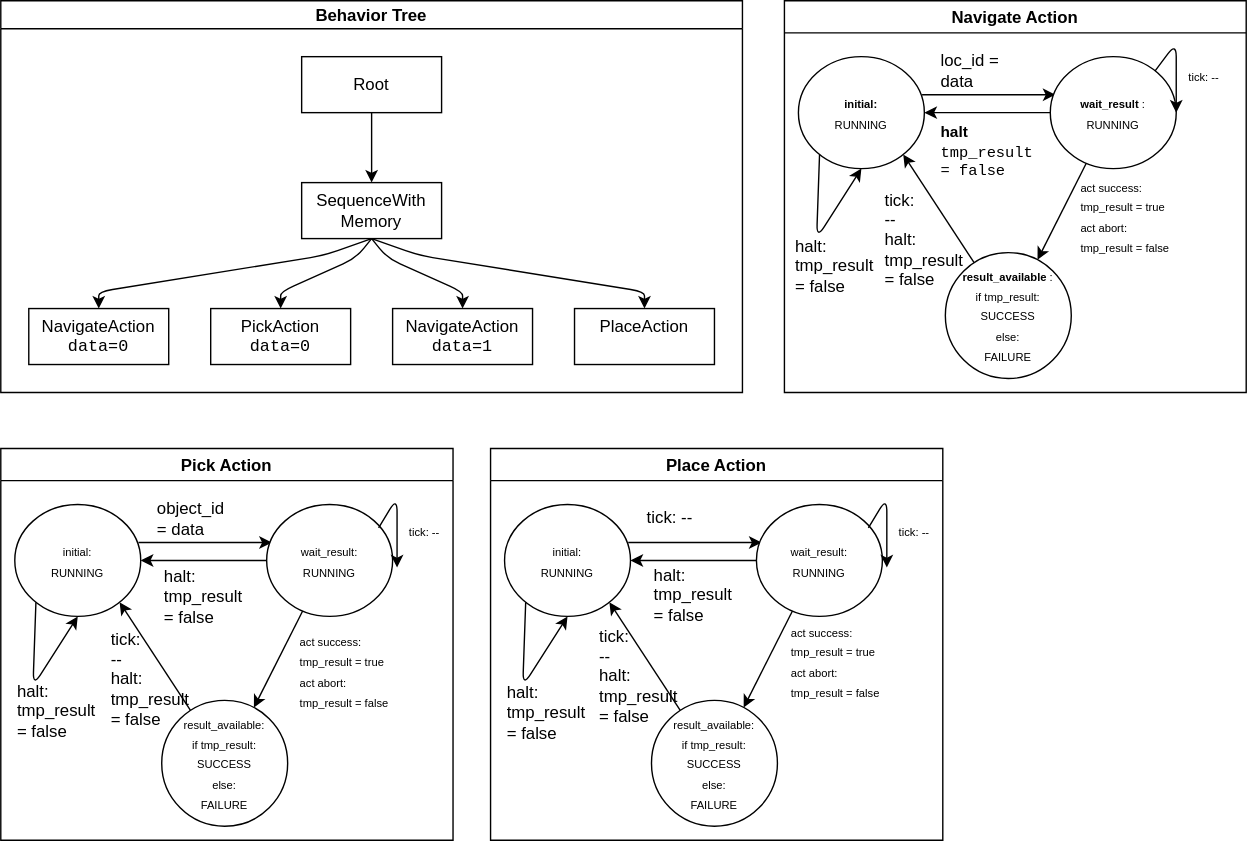
convince-project/AS2FM keeps this draw.io diagram as docs/source/graphics/scxml_tutorial_ros_fetch_and_carry_bt.drawio.svg. Above is the earlier version. Source tidied: cells renumbered, new cells last; positions are measured from the earlier drawing's top-left corner, leaving out a move shared by most shapes.
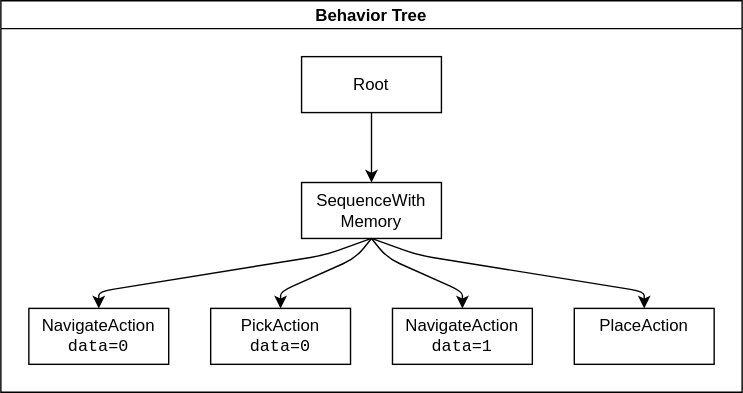
After the change.

Commit message:
rework tutorial

The edit, as a diff of the source:
```diff
@@ -63,182 +63,10 @@
     <mxCell id="13" value="PlaceAction&lt;div&gt;&lt;br/&gt;&lt;/div&gt;" style="whiteSpace=wrap;html=1;" parent="2" vertex="1">
       <mxGeometry x="410" y="220" width="100" height="40" as="geometry" />
     </mxCell>
-    <mxCell id="14" value="Navigate Action" style="swimlane;" parent="1" vertex="1">
-      <mxGeometry x="560" width="330" height="280" as="geometry" />
-    </mxCell>
-    <mxCell id="15" style="edgeStyle=none;html=1;entryX=0.041;entryY=0.34;entryDx=0;entryDy=0;entryPerimeter=0;exitX=0.982;exitY=0.34;exitDx=0;exitDy=0;exitPerimeter=0;" parent="14" edge="1" source="16" target="18">
-      <mxGeometry relative="1" as="geometry" />
-    </mxCell>
-    <mxCell id="16" value="&lt;font style=&quot;font-size: 8px;&quot;&gt;&lt;b&gt;initial:&lt;/b&gt;&lt;br&gt;RUNNING&lt;br&gt;&lt;/font&gt;" style="ellipse;whiteSpace=wrap;html=1;" parent="14" vertex="1">
-      <mxGeometry x="10" y="40" width="90" height="80" as="geometry" />
-    </mxCell>
-    <mxCell id="17" style="edgeStyle=none;html=1;" parent="14" edge="1" source="18" target="20">
-      <mxGeometry relative="1" as="geometry" />
-    </mxCell>
-    <mxCell id="18" value="&lt;font style=&quot;font-size: 8px;&quot;&gt;&lt;b&gt;wait_result&lt;/b&gt;:&lt;br&gt;RUNNING&lt;/font&gt;" style="ellipse;whiteSpace=wrap;html=1;" parent="14" vertex="1">
-      <mxGeometry x="190" y="40" width="90" height="80" as="geometry" />
-    </mxCell>
-    <mxCell id="19" style="edgeStyle=none;html=1;entryX=1;entryY=1;entryDx=0;entryDy=0;" parent="14" edge="1" source="20" target="16">
-      <mxGeometry relative="1" as="geometry" />
-    </mxCell>
-    <mxCell id="20" value="&lt;font style=&quot;font-size: 8px;&quot;&gt;&lt;b&gt;result_available&lt;/b&gt;:&lt;br&gt;if tmp_result:&lt;br&gt;SUCCESS&lt;br&gt;else:&lt;br&gt;FAILURE&lt;/font&gt;" style="ellipse;whiteSpace=wrap;html=1;" parent="14" vertex="1">
-      <mxGeometry x="115" y="180" width="90" height="90" as="geometry" />
-    </mxCell>
-    <mxCell id="21" value="loc_id = data" style="text;strokeColor=none;align=left;fillColor=none;html=1;verticalAlign=middle;whiteSpace=wrap;rounded=0;" parent="14" vertex="1">
-      <mxGeometry x="110" y="35" width="60" height="30" as="geometry" />
-    </mxCell>
-    <mxCell id="22" style="edgeStyle=none;html=1;exitX=0;exitY=0.5;exitDx=0;exitDy=0;" parent="14" edge="1" source="18" target="16">
-      <mxGeometry relative="1" as="geometry" />
-    </mxCell>
-    <mxCell id="23" style="edgeStyle=none;html=1;exitX=0;exitY=1;exitDx=0;exitDy=0;entryX=0.5;entryY=1;entryDx=0;entryDy=0;fontSize=8;" parent="14" edge="1" source="16" target="16">
-      <mxGeometry relative="1" as="geometry">
-        <Array as="points">
-          <mxPoint x="23" y="170" />
-        </Array>
-      </mxGeometry>
-    </mxCell>
-    <mxCell id="24" value="tick:&lt;br&gt;--&lt;br&gt;halt:&lt;br&gt;tmp_result = false" style="text;strokeColor=none;align=left;fillColor=none;html=1;verticalAlign=middle;whiteSpace=wrap;rounded=0;" parent="14" vertex="1">
-      <mxGeometry x="70" y="156" width="60" height="29" as="geometry" />
-    </mxCell>
-    <mxCell id="25" style="edgeStyle=none;html=1;exitX=1;exitY=0;exitDx=0;exitDy=0;fontSize=8;entryX=1;entryY=0.5;entryDx=0;entryDy=0;" parent="14" edge="1" source="18" target="18">
-      <mxGeometry relative="1" as="geometry">
-        <Array as="points">
-          <mxPoint x="280" y="30" />
-        </Array>
-      </mxGeometry>
-    </mxCell>
-    <mxCell id="26" value="tick: --" style="text;strokeColor=none;align=center;fillColor=none;html=1;verticalAlign=middle;whiteSpace=wrap;rounded=0;fontSize=8;" parent="14" vertex="1">
-      <mxGeometry x="280" y="40" width="40" height="30" as="geometry" />
-    </mxCell>
-    <mxCell id="27" value="halt:&lt;br&gt;tmp_result = false" style="text;strokeColor=none;align=left;fillColor=none;html=1;verticalAlign=middle;whiteSpace=wrap;rounded=0;" parent="14" vertex="1">
-      <mxGeometry x="6" y="175" width="60" height="29" as="geometry" />
-    </mxCell>
-    <mxCell id="28" value="&lt;b style=&quot;line-height: 100%;&quot;&gt;&lt;font style=&quot;font-size: 11px; line-height: 100%;&quot;&gt;halt&lt;/font&gt;&lt;/b&gt;&lt;div style=&quot;line-height: 100%;&quot;&gt;&lt;font style=&quot;font-size: 11px; line-height: 100%;&quot; face=&quot;Courier New&quot;&gt;tmp_result = false&lt;/font&gt;&lt;/div&gt;" style="text;strokeColor=none;align=left;fillColor=none;html=1;verticalAlign=middle;whiteSpace=wrap;rounded=0;" parent="14" vertex="1">
-      <mxGeometry x="110" y="84" width="76" height="46" as="geometry" />
-    </mxCell>
     <mxCell id="29" style="edgeStyle=none;html=1;" parent="1" edge="1" source="8">
       <mxGeometry relative="1" as="geometry">
         <mxPoint x="200" y="220" as="targetPoint" />
       </mxGeometry>
     </mxCell>
-    <mxCell id="30" value="&lt;font style=&quot;font-size: 8px;&quot;&gt;act success:&lt;br&gt;tmp_result = true&lt;br&gt;act abort:&lt;br&gt;tmp_result = false&lt;/font&gt;" style="text;strokeColor=none;align=left;fillColor=none;html=1;verticalAlign=middle;whiteSpace=wrap;rounded=0;" parent="1" vertex="1">
-      <mxGeometry x="770" y="139" width="74" height="29" as="geometry" />
-    </mxCell>
-    <mxCell id="31" value="Pick Action" style="swimlane;startSize=23;" parent="1" vertex="1">
-      <mxGeometry y="320" width="323.2" height="280" as="geometry" />
-    </mxCell>
-    <mxCell id="32" style="edgeStyle=none;html=1;entryX=0.041;entryY=0.34;entryDx=0;entryDy=0;entryPerimeter=0;exitX=0.982;exitY=0.34;exitDx=0;exitDy=0;exitPerimeter=0;" parent="31" edge="1" source="33" target="35">
-      <mxGeometry relative="1" as="geometry" />
-    </mxCell>
-    <mxCell id="33" value="&lt;font style=&quot;font-size: 8px;&quot;&gt;initial:&lt;br&gt;RUNNING&lt;br&gt;&lt;/font&gt;" style="ellipse;whiteSpace=wrap;html=1;" parent="31" vertex="1">
-      <mxGeometry x="10" y="40" width="90" height="80" as="geometry" />
-    </mxCell>
-    <mxCell id="34" style="edgeStyle=none;html=1;" parent="31" edge="1" source="35" target="37">
-      <mxGeometry relative="1" as="geometry" />
-    </mxCell>
-    <mxCell id="35" value="&lt;font style=&quot;font-size: 8px;&quot;&gt;wait_result:&lt;br&gt;RUNNING&lt;/font&gt;" style="ellipse;whiteSpace=wrap;html=1;" parent="31" vertex="1">
-      <mxGeometry x="190" y="40" width="90" height="80" as="geometry" />
-    </mxCell>
-    <mxCell id="36" style="edgeStyle=none;html=1;entryX=1;entryY=1;entryDx=0;entryDy=0;" parent="31" edge="1" source="37" target="33">
-      <mxGeometry relative="1" as="geometry" />
-    </mxCell>
-    <mxCell id="37" value="&lt;font style=&quot;font-size: 8px;&quot;&gt;result_available:&lt;br&gt;if tmp_result:&lt;br&gt;SUCCESS&lt;br&gt;else:&lt;br&gt;FAILURE&lt;/font&gt;" style="ellipse;whiteSpace=wrap;html=1;" parent="31" vertex="1">
-      <mxGeometry x="115" y="180" width="90" height="90" as="geometry" />
-    </mxCell>
-    <mxCell id="38" value="object_id = data" style="text;strokeColor=none;align=left;fillColor=none;html=1;verticalAlign=middle;whiteSpace=wrap;rounded=0;" parent="31" vertex="1">
-      <mxGeometry x="110" y="35" width="60" height="30" as="geometry" />
-    </mxCell>
-    <mxCell id="39" style="edgeStyle=none;html=1;exitX=0;exitY=0.5;exitDx=0;exitDy=0;" parent="31" edge="1" source="35" target="33">
-      <mxGeometry relative="1" as="geometry" />
-    </mxCell>
-    <mxCell id="40" style="edgeStyle=none;html=1;exitX=0;exitY=1;exitDx=0;exitDy=0;entryX=0.5;entryY=1;entryDx=0;entryDy=0;fontSize=8;" parent="31" edge="1" source="33" target="33">
-      <mxGeometry relative="1" as="geometry">
-        <Array as="points">
-          <mxPoint x="23" y="170" />
-        </Array>
-      </mxGeometry>
-    </mxCell>
-    <mxCell id="41" value="tick:&lt;br&gt;--&lt;br&gt;halt:&lt;br&gt;tmp_result = false" style="text;strokeColor=none;align=left;fillColor=none;html=1;verticalAlign=middle;whiteSpace=wrap;rounded=0;" parent="31" vertex="1">
-      <mxGeometry x="77" y="150" width="60" height="29" as="geometry" />
-    </mxCell>
-    <mxCell id="42" style="edgeStyle=none;html=1;exitX=1;exitY=0;exitDx=0;exitDy=0;fontSize=8;entryX=1;entryY=0.5;entryDx=0;entryDy=0;" parent="31" edge="1">
-      <mxGeometry relative="1" as="geometry">
-        <mxPoint x="270" y="56.7" as="sourcePoint" />
-        <mxPoint x="283.2" y="85" as="targetPoint" />
-        <Array as="points">
-          <mxPoint x="283.2" y="35" />
-        </Array>
-      </mxGeometry>
-    </mxCell>
-    <mxCell id="43" value="tick: --" style="text;strokeColor=none;align=center;fillColor=none;html=1;verticalAlign=middle;whiteSpace=wrap;rounded=0;fontSize=8;" parent="31" vertex="1">
-      <mxGeometry x="283.2" y="45" width="40" height="30" as="geometry" />
-    </mxCell>
-    <mxCell id="44" value="halt:&lt;br&gt;tmp_result = false" style="text;strokeColor=none;align=left;fillColor=none;html=1;verticalAlign=middle;whiteSpace=wrap;rounded=0;" parent="31" vertex="1">
-      <mxGeometry x="10" y="173" width="60" height="29" as="geometry" />
-    </mxCell>
-    <mxCell id="45" value="halt: tmp_result = false" style="text;strokeColor=none;align=left;fillColor=none;html=1;verticalAlign=middle;whiteSpace=wrap;rounded=0;" parent="31" vertex="1">
-      <mxGeometry x="115" y="91" width="60" height="30" as="geometry" />
-    </mxCell>
-    <mxCell id="46" value="&lt;font style=&quot;font-size: 8px;&quot;&gt;act success:&lt;br&gt;tmp_result = true&lt;br&gt;act abort:&lt;br&gt;tmp_result = false&lt;/font&gt;" style="text;strokeColor=none;align=left;fillColor=none;html=1;verticalAlign=middle;whiteSpace=wrap;rounded=0;" parent="31" vertex="1">
-      <mxGeometry x="212" y="144" width="74" height="29" as="geometry" />
-    </mxCell>
-    <mxCell id="47" value="Place Action" style="swimlane;startSize=23;" parent="1" vertex="1">
-      <mxGeometry x="350" y="320" width="323.2" height="280" as="geometry" />
-    </mxCell>
-    <mxCell id="48" style="edgeStyle=none;html=1;entryX=0.041;entryY=0.34;entryDx=0;entryDy=0;entryPerimeter=0;exitX=0.982;exitY=0.34;exitDx=0;exitDy=0;exitPerimeter=0;" parent="47" edge="1" source="49" target="51">
-      <mxGeometry relative="1" as="geometry" />
-    </mxCell>
-    <mxCell id="49" value="&lt;font style=&quot;font-size: 8px;&quot;&gt;initial:&lt;br&gt;RUNNING&lt;br&gt;&lt;/font&gt;" style="ellipse;whiteSpace=wrap;html=1;" parent="47" vertex="1">
-      <mxGeometry x="10" y="40" width="90" height="80" as="geometry" />
-    </mxCell>
-    <mxCell id="50" style="edgeStyle=none;html=1;" parent="47" edge="1" source="51" target="53">
-      <mxGeometry relative="1" as="geometry" />
-    </mxCell>
-    <mxCell id="51" value="&lt;font style=&quot;font-size: 8px;&quot;&gt;wait_result:&lt;br&gt;RUNNING&lt;/font&gt;" style="ellipse;whiteSpace=wrap;html=1;" parent="47" vertex="1">
-      <mxGeometry x="190" y="40" width="90" height="80" as="geometry" />
-    </mxCell>
-    <mxCell id="52" style="edgeStyle=none;html=1;entryX=1;entryY=1;entryDx=0;entryDy=0;" parent="47" edge="1" source="53" target="49">
-      <mxGeometry relative="1" as="geometry" />
-    </mxCell>
-    <mxCell id="53" value="&lt;font style=&quot;font-size: 8px;&quot;&gt;result_available:&lt;br&gt;if tmp_result:&lt;br&gt;SUCCESS&lt;br&gt;else:&lt;br&gt;FAILURE&lt;/font&gt;" style="ellipse;whiteSpace=wrap;html=1;" parent="47" vertex="1">
-      <mxGeometry x="115" y="180" width="90" height="90" as="geometry" />
-    </mxCell>
-    <mxCell id="54" value="tick: --" style="text;strokeColor=none;align=left;fillColor=none;html=1;verticalAlign=middle;whiteSpace=wrap;rounded=0;" parent="47" vertex="1">
-      <mxGeometry x="110" y="35" width="60" height="30" as="geometry" />
-    </mxCell>
-    <mxCell id="55" style="edgeStyle=none;html=1;exitX=0;exitY=0.5;exitDx=0;exitDy=0;" parent="47" edge="1" source="51" target="49">
-      <mxGeometry relative="1" as="geometry" />
-    </mxCell>
-    <mxCell id="56" style="edgeStyle=none;html=1;exitX=0;exitY=1;exitDx=0;exitDy=0;entryX=0.5;entryY=1;entryDx=0;entryDy=0;fontSize=8;" parent="47" edge="1" source="49" target="49">
-      <mxGeometry relative="1" as="geometry">
-        <Array as="points">
-          <mxPoint x="23" y="170" />
-        </Array>
-      </mxGeometry>
-    </mxCell>
-    <mxCell id="57" value="tick:&lt;br&gt;--&lt;br&gt;halt:&lt;br&gt;tmp_result = false" style="text;strokeColor=none;align=left;fillColor=none;html=1;verticalAlign=middle;whiteSpace=wrap;rounded=0;" parent="47" vertex="1">
-      <mxGeometry x="76" y="148" width="60" height="29" as="geometry" />
-    </mxCell>
-    <mxCell id="58" style="edgeStyle=none;html=1;exitX=1;exitY=0;exitDx=0;exitDy=0;fontSize=8;entryX=1;entryY=0.5;entryDx=0;entryDy=0;" parent="47" edge="1">
-      <mxGeometry relative="1" as="geometry">
-        <mxPoint x="270" y="56.7" as="sourcePoint" />
-        <mxPoint x="283.2" y="85" as="targetPoint" />
-        <Array as="points">
-          <mxPoint x="283.2" y="35" />
-        </Array>
-      </mxGeometry>
-    </mxCell>
-    <mxCell id="59" value="tick: --" style="text;strokeColor=none;align=center;fillColor=none;html=1;verticalAlign=middle;whiteSpace=wrap;rounded=0;fontSize=8;" parent="47" vertex="1">
-      <mxGeometry x="283.2" y="45" width="40" height="30" as="geometry" />
-    </mxCell>
-    <mxCell id="60" value="&lt;font style=&quot;font-size: 8px;&quot;&gt;act success:&lt;br&gt;tmp_result = true&lt;br&gt;act abort:&lt;br&gt;tmp_result = false&lt;/font&gt;" style="text;strokeColor=none;align=left;fillColor=none;html=1;verticalAlign=middle;whiteSpace=wrap;rounded=0;" parent="47" vertex="1">
-      <mxGeometry x="213" y="137" width="74" height="29" as="geometry" />
-    </mxCell>
-    <mxCell id="61" value="halt:&lt;br&gt;tmp_result = false" style="text;strokeColor=none;align=left;fillColor=none;html=1;verticalAlign=middle;whiteSpace=wrap;rounded=0;" parent="47" vertex="1">
-      <mxGeometry x="10" y="174" width="60" height="29" as="geometry" />
-    </mxCell>
-    <mxCell id="62" value="halt: tmp_result = false" style="text;strokeColor=none;align=left;fillColor=none;html=1;verticalAlign=middle;whiteSpace=wrap;rounded=0;" parent="47" vertex="1">
-      <mxGeometry x="115" y="90" width="60" height="30" as="geometry" />
-    </mxCell>
   </root>
 </mxGraphModel>
```
